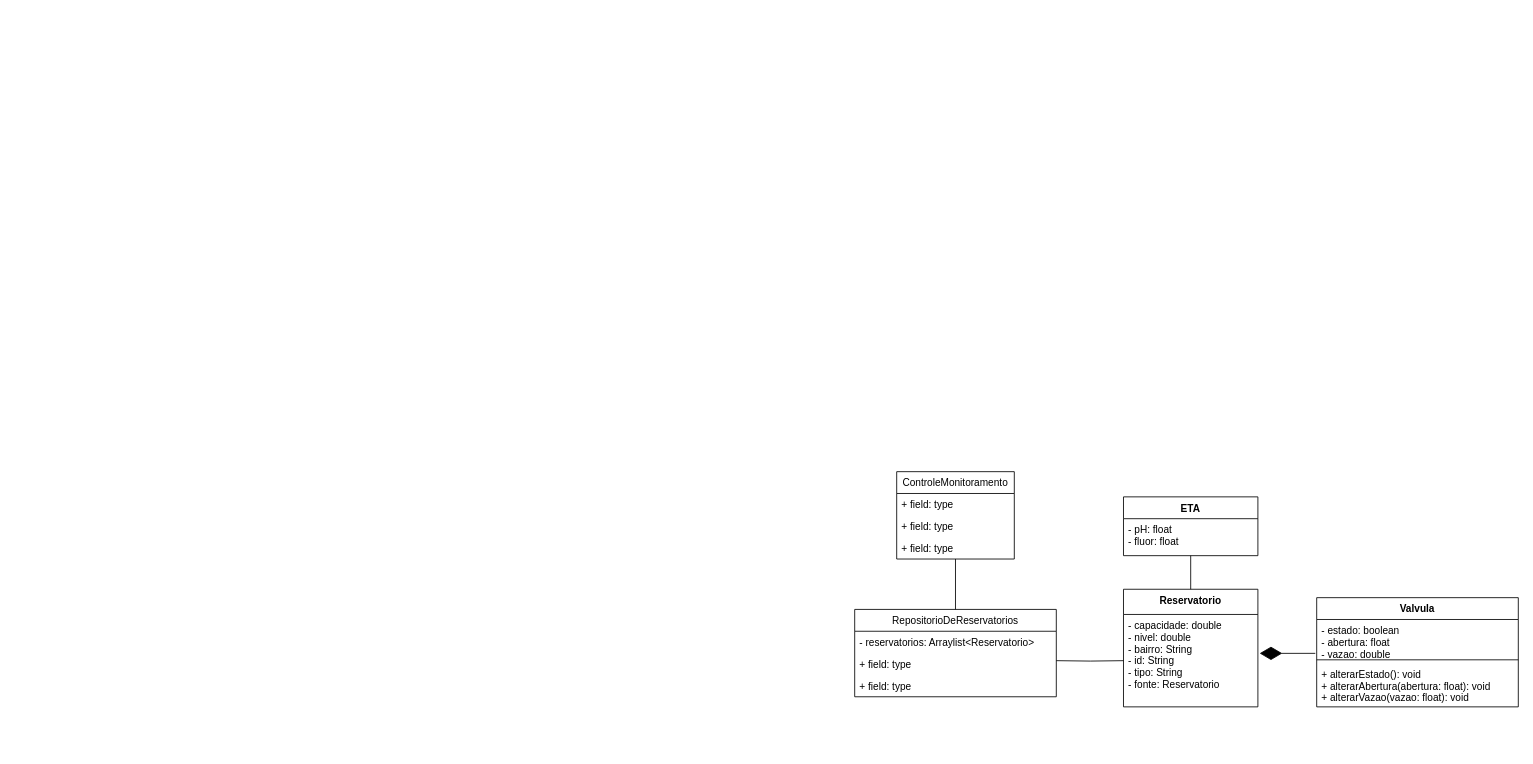
This is Waterway.drawio from ronaldo26rodrigues/Lifeway, a draw.io file, before an edit. Source tidied: cells renumbered, new cells numbered last; positions are measured from the earlier drawing's top-left corner, leaving out a move shared by most shapes. Both pictures are drawn from the tidied source at 84%, with x=0, y=0 at pixel (854, 471).
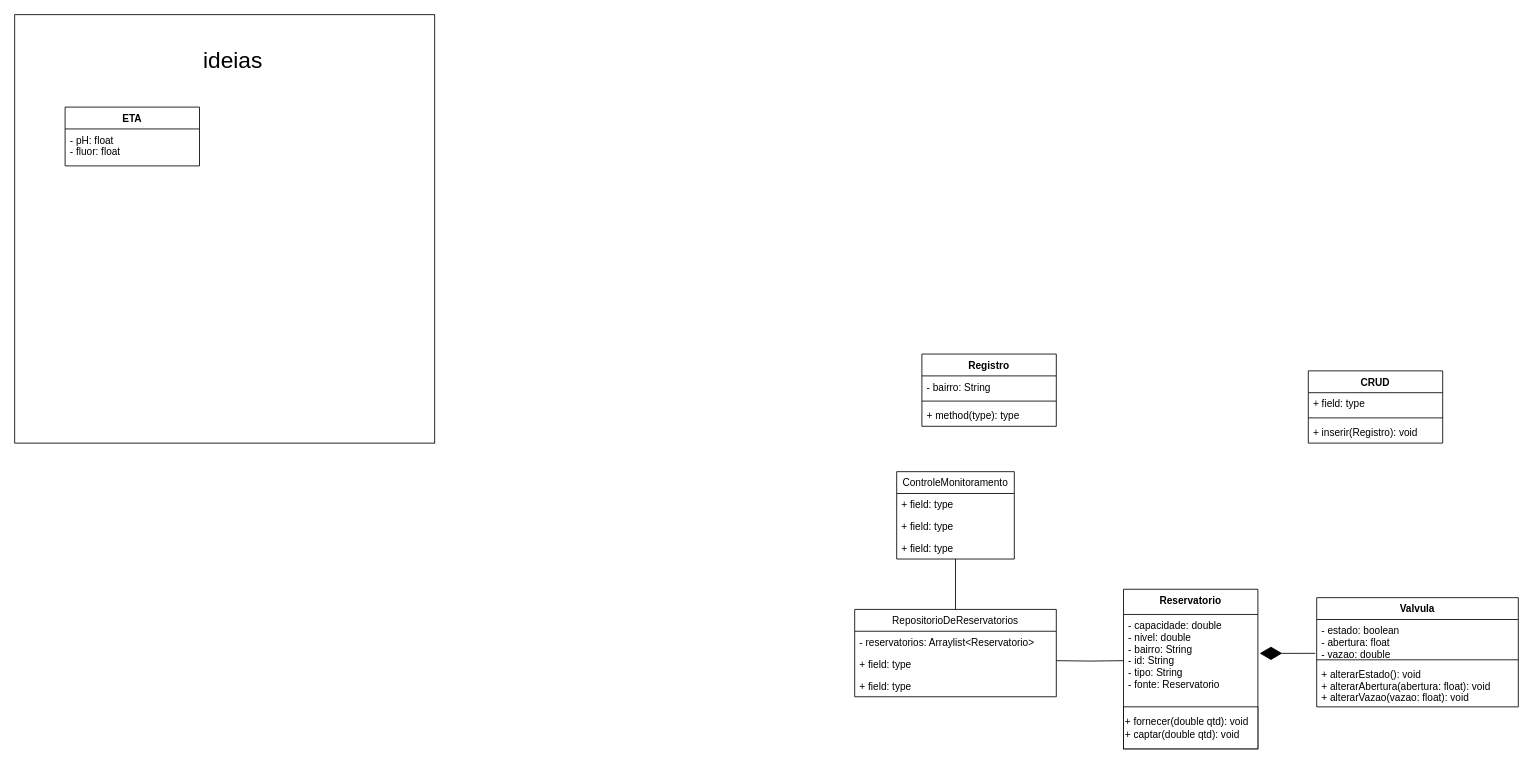
Above is the later version.

Diff of the diagram source:
```diff
@@
+    <mxCell id="22" style="rounded=0;whiteSpace=wrap;html=1;" parent="1" vertex="1">
+      <mxGeometry x="-1000" y="-544" width="500" height="510" as="geometry" />
+    </mxCell>
     <mxCell id="2" value="Reservatorio" style="swimlane;fontStyle=1;align=center;verticalAlign=top;horizontal=1;startSize=30;" parent="1" vertex="1">
-      <mxGeometry x="320" y="140" width="160" height="140" as="geometry" />
+      <mxGeometry x="320" y="140" width="160" height="190" as="geometry" />
     </mxCell>
@@
+    <mxCell id="23" value="+ fornecer(double qtd): void&lt;br&gt;+ captar(double qtd): void" style="html=1;align=left;" parent="2" vertex="1">
+      <mxGeometry y="140" width="160" height="50" as="geometry" />
+    </mxCell>
@@
-    <mxCell id="9" style="edgeStyle=orthogonalEdgeStyle;jettySize=auto;html=1;entryX=0.5;entryY=0;entryDx=0;entryDy=0;endArrow=none;endFill=0;" parent="1" edge="1" source="10" target="2">
-      <mxGeometry relative="1" as="geometry" />
-    </mxCell>
     <mxCell id="10" value="ETA" style="swimlane;fontStyle=1;align=center;verticalAlign=top;horizontal=1;startSize=26;" parent="1" vertex="1">
-      <mxGeometry x="320" y="30" width="160" height="70" as="geometry" />
+      <mxGeometry x="-940" y="-434" width="160" height="70" as="geometry" />
     </mxCell>
@@
+    <mxCell id="24" value="CRUD" style="swimlane;fontStyle=1;align=center;verticalAlign=top;horizontal=1;startSize=26;" parent="1" vertex="1">
+      <mxGeometry x="540" y="-120" width="160" height="86" as="geometry" />
+    </mxCell>
+    <mxCell id="25" value="+ field: type" style="text;strokeColor=none;fillColor=none;align=left;verticalAlign=top;spacingLeft=4;spacingRight=4;overflow=hidden;" parent="24" vertex="1">
+      <mxGeometry y="26" width="160" height="26" as="geometry" />
+    </mxCell>
+    <mxCell id="26" style="line;strokeWidth=1;fillColor=none;align=left;verticalAlign=middle;spacingTop=-1;spacingLeft=3;spacingRight=3;labelPosition=right;" parent="24" vertex="1">
+      <mxGeometry y="52" width="160" height="8" as="geometry" />
+    </mxCell>
+    <mxCell id="27" value="+ inserir(Registro): void" style="text;strokeColor=none;fillColor=none;align=left;verticalAlign=top;spacingLeft=4;spacingRight=4;overflow=hidden;" parent="24" vertex="1">
+      <mxGeometry y="60" width="160" height="26" as="geometry" />
+    </mxCell>
+    <mxCell id="28" value="Registro" style="swimlane;fontStyle=1;align=center;verticalAlign=top;horizontal=1;startSize=26;" parent="1" vertex="1">
+      <mxGeometry x="80" y="-140" width="160" height="86" as="geometry" />
+    </mxCell>
+    <mxCell id="29" value="- bairro: String" style="text;strokeColor=none;fillColor=none;align=left;verticalAlign=top;spacingLeft=4;spacingRight=4;overflow=hidden;" parent="28" vertex="1">
+      <mxGeometry y="26" width="160" height="26" as="geometry" />
+    </mxCell>
+    <mxCell id="30" style="line;strokeWidth=1;fillColor=none;align=left;verticalAlign=middle;spacingTop=-1;spacingLeft=3;spacingRight=3;labelPosition=right;" parent="28" vertex="1">
+      <mxGeometry y="52" width="160" height="8" as="geometry" />
+    </mxCell>
+    <mxCell id="31" value="+ method(type): type" style="text;strokeColor=none;fillColor=none;align=left;verticalAlign=top;spacingLeft=4;spacingRight=4;overflow=hidden;" parent="28" vertex="1">
+      <mxGeometry y="60" width="160" height="26" as="geometry" />
+    </mxCell>
+    <mxCell id="32" value="ideias" style="text;html=1;strokeColor=none;fillColor=none;align=center;verticalAlign=middle;whiteSpace=wrap;rounded=0;fontSize=27;" parent="1" vertex="1">
+      <mxGeometry x="-880" y="-514" width="280" height="50" as="geometry" />
+    </mxCell>
```
